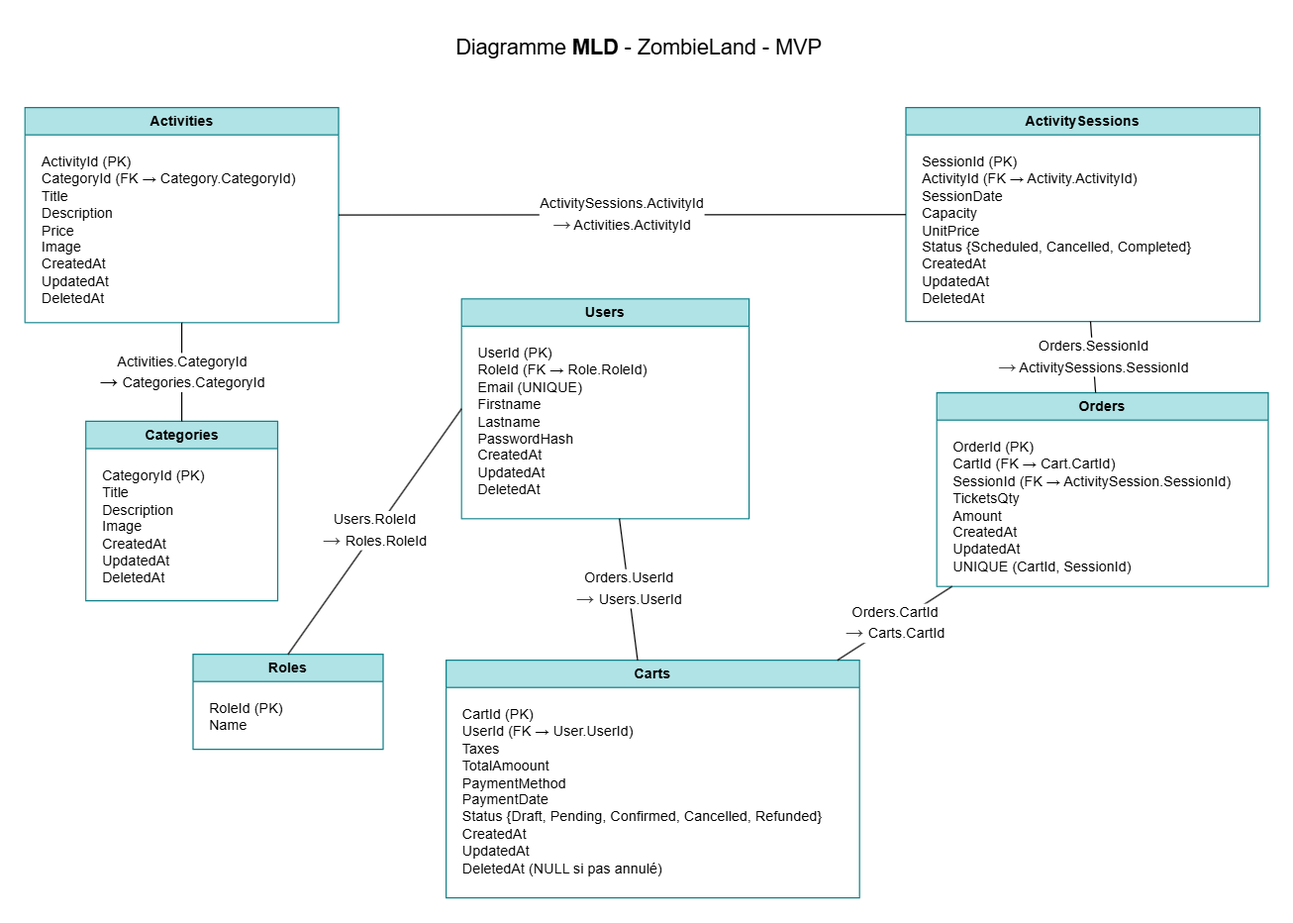
Before: _conception/datamodels/mld.drawio.png, a diagram exported from draw.io (5h4r0/z0mbiez0ne). Source tidied: cells renumbered, new cells last; positions are measured from the earlier drawing's top-left corner, leaving out a move shared by most shapes.
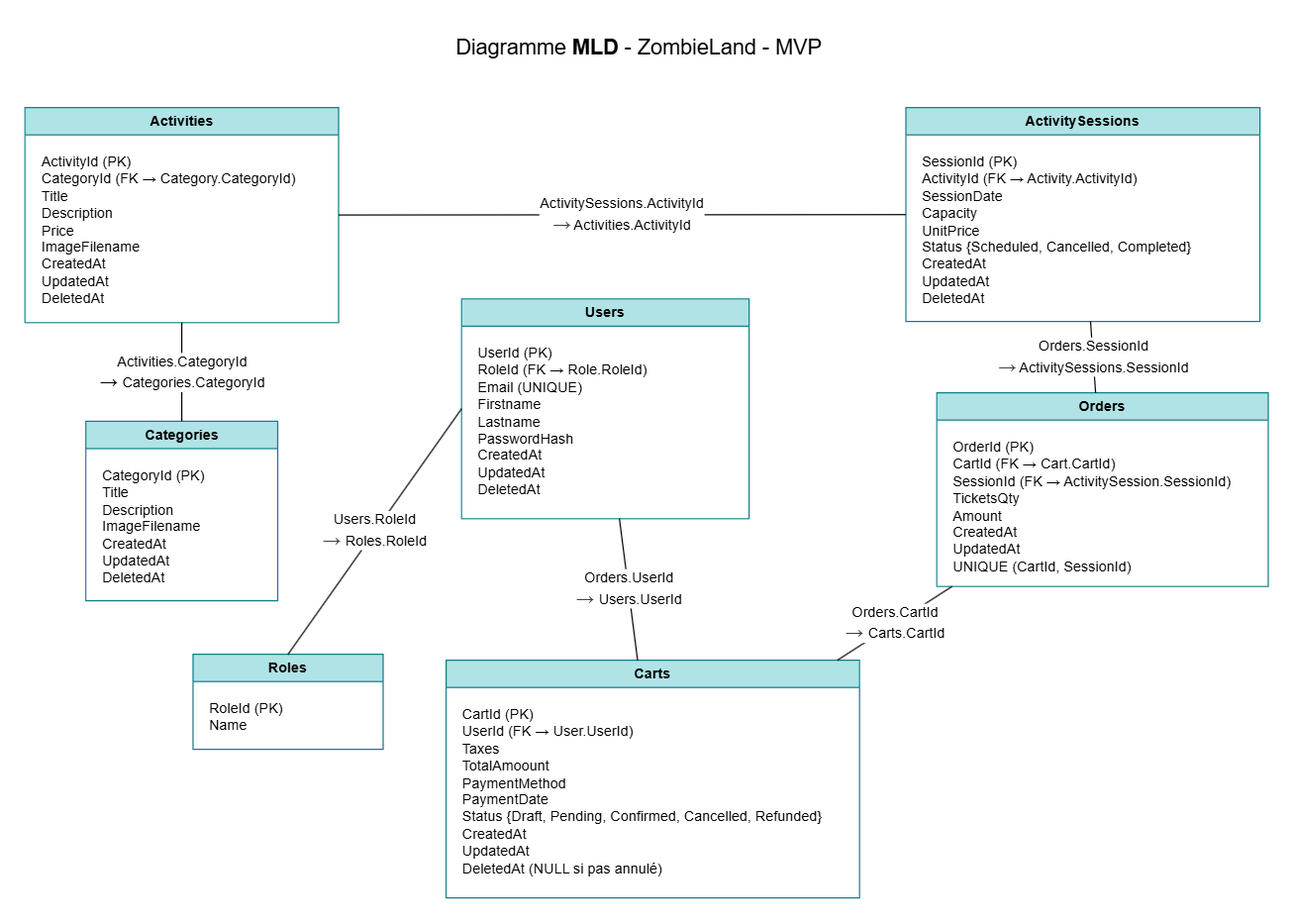
The same file after the commit.

Commit message:
Docs: datamodels -> mld.drawio updated for ImageFilename

Diff of the diagram source:
```diff
@@ -8,13 +8,13 @@
     <mxCell id="3" value="Categories" style="swimlane;whiteSpace=wrap;html=1;fillColor=#b0e3e6;shadow=0;rounded=0;swimlaneLine=1;fontStyle=1;fontSize=12;align=center;fontFamily=Helvetica;strokeColor=#0e8088;" parent="1" vertex="1">
       <mxGeometry x="51.8" y="334" width="161.5" height="151" as="geometry" />
     </mxCell>
-    <mxCell id="4" value="&lt;div&gt;&lt;font style=&quot;color: light-dark(rgb(0, 0, 0), rgb(0, 0, 0));&quot;&gt;CategoryId (PK)&lt;/font&gt;&lt;/div&gt;&lt;div&gt;&lt;font style=&quot;color: light-dark(rgb(0, 0, 0), rgb(0, 0, 0));&quot;&gt;Title&lt;/font&gt;&lt;/div&gt;&lt;div&gt;&lt;font style=&quot;color: light-dark(rgb(0, 0, 0), rgb(0, 0, 0));&quot;&gt;Description&lt;/font&gt;&lt;/div&gt;&lt;div&gt;&lt;font style=&quot;color: light-dark(rgb(0, 0, 0), rgb(0, 0, 0));&quot;&gt;Image&lt;/font&gt;&lt;/div&gt;&lt;div&gt;&lt;div style=&quot;color: rgb(63, 63, 63); scrollbar-color: rgb(226, 226, 226) rgb(251, 251, 251);&quot;&gt;&lt;font style=&quot;scrollbar-color: rgb(226, 226, 226) rgb(251, 251, 251); color: rgb(0, 0, 0);&quot;&gt;CreatedAt&amp;nbsp;&amp;nbsp;&lt;/font&gt;&lt;/div&gt;&lt;div style=&quot;color: rgb(63, 63, 63); scrollbar-color: rgb(226, 226, 226) rgb(251, 251, 251);&quot;&gt;&lt;font style=&quot;scrollbar-color: rgb(226, 226, 226) rgb(251, 251, 251); color: rgb(0, 0, 0);&quot;&gt;UpdatedAt&amp;nbsp;&amp;nbsp;&lt;/font&gt;&lt;/div&gt;&lt;div style=&quot;color: rgb(63, 63, 63); scrollbar-color: rgb(226, 226, 226) rgb(251, 251, 251);&quot;&gt;&lt;font style=&quot;scrollbar-color: rgb(226, 226, 226) rgb(251, 251, 251); color: rgb(0, 0, 0);&quot;&gt;DeletedAt&lt;/font&gt;&lt;/div&gt;&lt;/div&gt;" style="text;html=1;align=left;verticalAlign=top;strokeColor=none;fillColor=none;spacing=4;spacingTop=0;spacingLeft=0;horizontal=1;fontColor=#000000;fontSize=12;fontFamily=Helvetica;" parent="3" vertex="1">
+    <mxCell id="4" value="&lt;div&gt;&lt;font style=&quot;color: light-dark(rgb(0, 0, 0), rgb(0, 0, 0));&quot;&gt;CategoryId (PK)&lt;/font&gt;&lt;/div&gt;&lt;div&gt;&lt;font style=&quot;color: light-dark(rgb(0, 0, 0), rgb(0, 0, 0));&quot;&gt;Title&lt;/font&gt;&lt;/div&gt;&lt;div&gt;&lt;font style=&quot;color: light-dark(rgb(0, 0, 0), rgb(0, 0, 0));&quot;&gt;Description&lt;/font&gt;&lt;/div&gt;&lt;div&gt;&lt;span style=&quot;color: rgb(0, 0, 0);&quot;&gt;ImageFilename&lt;/span&gt;&lt;/div&gt;&lt;div&gt;&lt;div style=&quot;color: rgb(63, 63, 63); scrollbar-color: rgb(226, 226, 226) rgb(251, 251, 251);&quot;&gt;&lt;font style=&quot;scrollbar-color: rgb(226, 226, 226) rgb(251, 251, 251); color: rgb(0, 0, 0);&quot;&gt;CreatedAt&amp;nbsp;&amp;nbsp;&lt;/font&gt;&lt;/div&gt;&lt;div style=&quot;color: rgb(63, 63, 63); scrollbar-color: rgb(226, 226, 226) rgb(251, 251, 251);&quot;&gt;&lt;font style=&quot;scrollbar-color: rgb(226, 226, 226) rgb(251, 251, 251); color: rgb(0, 0, 0);&quot;&gt;UpdatedAt&amp;nbsp;&amp;nbsp;&lt;/font&gt;&lt;/div&gt;&lt;div style=&quot;color: rgb(63, 63, 63); scrollbar-color: rgb(226, 226, 226) rgb(251, 251, 251);&quot;&gt;&lt;font style=&quot;scrollbar-color: rgb(226, 226, 226) rgb(251, 251, 251); color: rgb(0, 0, 0);&quot;&gt;DeletedAt&lt;/font&gt;&lt;/div&gt;&lt;/div&gt;" style="text;html=1;align=left;verticalAlign=top;strokeColor=none;fillColor=none;spacing=4;spacingTop=0;spacingLeft=0;horizontal=1;fontColor=#000000;fontSize=12;fontFamily=Helvetica;" parent="3" vertex="1">
       <mxGeometry x="10" y="30" width="106" height="115" as="geometry" />
     </mxCell>
     <mxCell id="5" value="Activities" style="swimlane;whiteSpace=wrap;html=1;fillColor=#b0e3e6;shadow=0;rounded=0;swimlaneLine=1;fontStyle=1;fontSize=12;align=center;fontFamily=Helvetica;strokeColor=#0e8088;" parent="1" vertex="1">
       <mxGeometry x="0.5" y="70" width="264" height="181" as="geometry" />
     </mxCell>
-    <mxCell id="6" value="&lt;div&gt;&lt;font style=&quot;color: rgb(0, 0, 0);&quot;&gt;ActivityId (PK)&lt;/font&gt;&lt;/div&gt;&lt;div&gt;&lt;font style=&quot;color: rgb(0, 0, 0);&quot;&gt;CategoryId (FK → Category.CategoryId)&lt;/font&gt;&lt;/div&gt;&lt;div&gt;&lt;font style=&quot;color: rgb(0, 0, 0);&quot;&gt;Title&lt;/font&gt;&lt;/div&gt;&lt;div&gt;&lt;font style=&quot;color: rgb(0, 0, 0);&quot;&gt;Description&lt;/font&gt;&lt;/div&gt;&lt;div&gt;&lt;font style=&quot;color: rgb(0, 0, 0);&quot;&gt;Price&lt;/font&gt;&lt;/div&gt;&lt;div&gt;&lt;font style=&quot;color: rgb(0, 0, 0);&quot;&gt;Image&lt;/font&gt;&lt;/div&gt;&lt;div&gt;&lt;font style=&quot;color: rgb(0, 0, 0);&quot;&gt;CreatedAt&lt;/font&gt;&lt;/div&gt;&lt;div&gt;&lt;font style=&quot;color: rgb(0, 0, 0);&quot;&gt;UpdatedAt&lt;/font&gt;&lt;/div&gt;&lt;div&gt;&lt;font style=&quot;color: rgb(0, 0, 0);&quot;&gt;DeletedAt&lt;/font&gt;&lt;/div&gt;" style="text;html=1;align=left;verticalAlign=top;strokeColor=none;fillColor=none;spacing=4;spacingTop=0;spacingLeft=0;horizontal=1;fontColor=#000000;fontSize=12;fontFamily=Helvetica;" parent="5" vertex="1">
+    <mxCell id="6" value="&lt;div&gt;&lt;font style=&quot;color: rgb(0, 0, 0);&quot;&gt;ActivityId (PK)&lt;/font&gt;&lt;/div&gt;&lt;div&gt;&lt;font style=&quot;color: rgb(0, 0, 0);&quot;&gt;CategoryId (FK → Category.CategoryId)&lt;/font&gt;&lt;/div&gt;&lt;div&gt;&lt;font style=&quot;color: rgb(0, 0, 0);&quot;&gt;Title&lt;/font&gt;&lt;/div&gt;&lt;div&gt;&lt;font style=&quot;color: rgb(0, 0, 0);&quot;&gt;Description&lt;/font&gt;&lt;/div&gt;&lt;div&gt;&lt;font style=&quot;color: rgb(0, 0, 0);&quot;&gt;Price&lt;/font&gt;&lt;/div&gt;&lt;div&gt;&lt;font style=&quot;color: rgb(0, 0, 0);&quot;&gt;ImageFilename&lt;/font&gt;&lt;/div&gt;&lt;div&gt;&lt;font style=&quot;color: rgb(0, 0, 0);&quot;&gt;CreatedAt&lt;/font&gt;&lt;/div&gt;&lt;div&gt;&lt;font style=&quot;color: rgb(0, 0, 0);&quot;&gt;UpdatedAt&lt;/font&gt;&lt;/div&gt;&lt;div&gt;&lt;font style=&quot;color: rgb(0, 0, 0);&quot;&gt;DeletedAt&lt;/font&gt;&lt;/div&gt;" style="text;html=1;align=left;verticalAlign=top;strokeColor=none;fillColor=none;spacing=4;spacingTop=0;spacingLeft=0;horizontal=1;fontColor=#000000;fontSize=12;fontFamily=Helvetica;" parent="5" vertex="1">
       <mxGeometry x="10" y="30" width="234" height="144" as="geometry" />
     </mxCell>
     <mxCell id="7" value="ActivitySessions" style="swimlane;whiteSpace=wrap;html=1;fillColor=#b0e3e6;shadow=0;rounded=0;swimlaneLine=1;fontStyle=1;fontSize=12;align=center;fontFamily=Helvetica;strokeColor=#0e8088;" parent="1" vertex="1">
```
